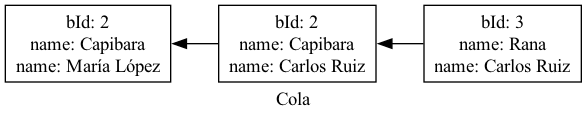
Above: Proyecto1/reports/queue.png in marcosbondel/IPC2_ProyectoVD2024_202202410 (Graphviz), before the change. Its source is kept beside it as Proyecto1/dot_reports/queue.dot.
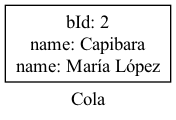
After the change.

The edit, as a diff of the source:
```diff
@@ -2,9 +2,5 @@
             rankdir="RL";
             label="Cola";
             node[shape=box];
-        nodo0[label="bId: 3\nname: Rana\nname: Carlos Ruiz\n"];
-nodo1[label="bId: 2\nname: Capibara\nname: Carlos Ruiz\n"];
-nodo2[label="bId: 2\nname: Capibara\nname: María López\n"];
-nodo0 -> nodo1;
-nodo1 -> nodo2;
+        nodo0[label="bId: 2\nname: Capibara\nname: María López\n"];
 }
```
